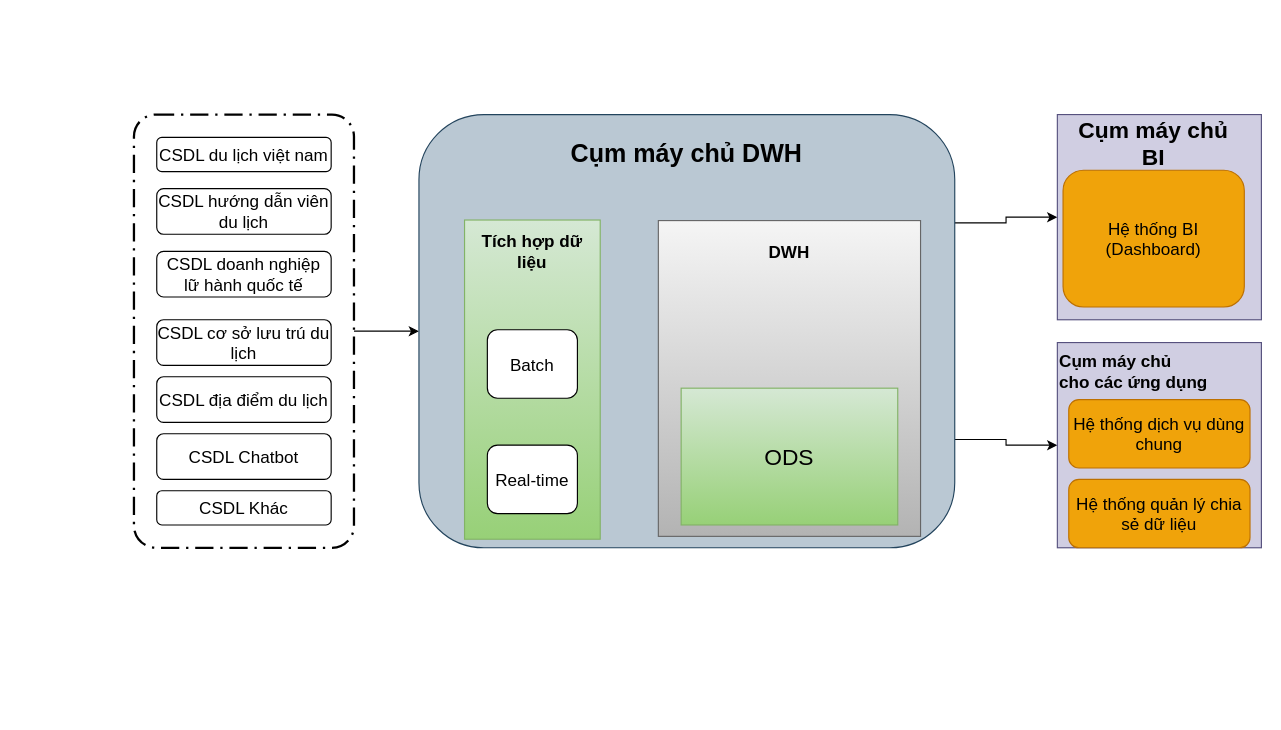
Above: page "Page-2" (2 of 4) of so-do-draw/tcdl.drawio in letheanh12345/Draw-io (draw.io), before the change. Source tidied: cells renumbered, new cells numbered last; positions are measured from the earlier drawing's top-left corner, leaving out a move shared by most shapes. Both pictures are drawn from the tidied source at 114%, with x=0, y=0 at pixel (133, 114).
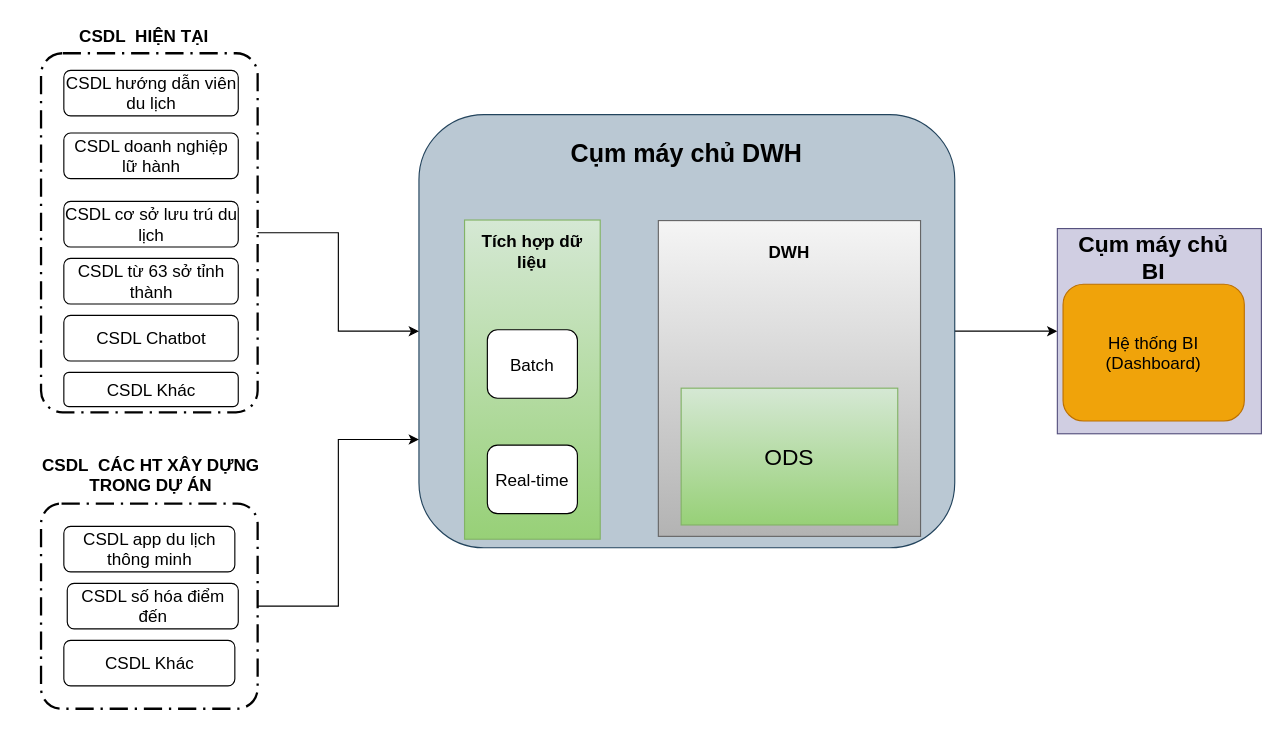
The same page after the edit.

The change refers to these unchanged cells:
```xml
<mxCell id="6" style="rounded=1;whiteSpace=wrap;html=1;fillColor=#bac8d3;strokeColor=#23445d;" parent="1" vertex="1">
  <mxGeometry x="250" width="470" height="380" as="geometry" />
</mxCell>
```

The edit, as a diff of the source:
```diff
@@
-    <mxCell id="2" style="edgeStyle=orthogonalEdgeStyle;rounded=0;jettySize=auto;html=1;fontSize=15;" parent="1" edge="1" source="3">
-      <mxGeometry relative="1" as="geometry">
-        <mxPoint x="250" y="190" as="targetPoint" />
-      </mxGeometry>
-    </mxCell>
-    <mxCell id="3" style="points=[[0.25,0,0],[0.5,0,0],[0.75,0,0],[1,0.25,0],[1,0.5,0],[1,0.75,0],[0.75,1,0],[0.5,1,0],[0.25,1,0],[0,0.75,0],[0,0.5,0],[0,0.25,0]];rounded=1;arcSize=10;dashed=1;strokeColor=#000000;fillColor=none;gradientColor=none;dashPattern=8 3 1 3;strokeWidth=2;fontStyle=1;fontSize=20;" parent="1" vertex="1">
-      <mxGeometry width="193" height="380" as="geometry" />
-    </mxCell>
-    <mxCell id="4" style="edgeStyle=orthogonalEdgeStyle;rounded=0;jettySize=auto;html=1;exitX=1;exitY=0.25;exitDx=0;exitDy=0;entryX=0;entryY=0.5;entryDx=0;entryDy=0;fontSize=15;" parent="1" edge="1" source="6" target="19">
+    <mxCell id="4" style="edgeStyle=orthogonalEdgeStyle;rounded=0;jettySize=auto;html=1;entryX=0;entryY=0.5;entryDx=0;entryDy=0;fontSize=20;" parent="1" edge="1" source="6" target="19">
       <mxGeometry relative="1" as="geometry" />
     </mxCell>
-    <mxCell id="5" style="edgeStyle=orthogonalEdgeStyle;rounded=0;jettySize=auto;html=1;exitX=1;exitY=0.75;exitDx=0;exitDy=0;entryX=0;entryY=0.5;entryDx=0;entryDy=0;fontSize=15;" parent="1" edge="1" source="6" target="22">
-      <mxGeometry relative="1" as="geometry" />
-    </mxCell>
@@
-    <mxCell id="8" value="&lt;font style=&quot;font-size: 15px;&quot;&gt;CSDL du lịch việt nam&lt;/font&gt;" style="rounded=1;whiteSpace=wrap;html=1;" parent="1" vertex="1">
-      <mxGeometry x="20" y="20" width="153" height="30" as="geometry" />
-    </mxCell>
-    <mxCell id="9" value="&lt;font style=&quot;font-size: 15px;&quot;&gt;CSDL hướng dẫn viên du lịch&lt;/font&gt;" style="rounded=1;whiteSpace=wrap;html=1;" parent="1" vertex="1">
-      <mxGeometry x="20" y="65" width="153" height="40" as="geometry" />
-    </mxCell>
-    <mxCell id="10" value="&lt;font style=&quot;font-size: 15px;&quot;&gt;CSDL doanh nghiệp lữ hành quốc tế&lt;/font&gt;" style="rounded=1;whiteSpace=wrap;html=1;" parent="1" vertex="1">
-      <mxGeometry x="20" y="120" width="153" height="40" as="geometry" />
-    </mxCell>
-    <mxCell id="11" value="&lt;font style=&quot;font-size: 15px;&quot;&gt;CSDL Khác&lt;/font&gt;" style="rounded=1;whiteSpace=wrap;html=1;" parent="1" vertex="1">
-      <mxGeometry x="20" y="330" width="153" height="30" as="geometry" />
-    </mxCell>
@@
     <mxCell id="19" style="rounded=0;whiteSpace=wrap;html=1;fontSize=15;fillColor=#d0cee2;strokeColor=#56517e;" parent="1" vertex="1">
-      <mxGeometry x="810" width="179" height="180" as="geometry" />
+      <mxGeometry x="810" y="100" width="179" height="180" as="geometry" />
     </mxCell>
     <mxCell id="20" value="&lt;b&gt;&lt;font style=&quot;font-size: 20px;&quot;&gt;Cụm máy chủ BI&lt;/font&gt;&lt;/b&gt;" style="text;html=1;strokeColor=none;fillColor=none;align=center;verticalAlign=middle;whiteSpace=wrap;rounded=0;fontSize=15;" parent="1" vertex="1">
-      <mxGeometry x="820" width="149" height="50" as="geometry" />
+      <mxGeometry x="820" y="100" width="149" height="50" as="geometry" />
     </mxCell>
     <mxCell id="21" value="Hệ thống BI (Dashboard)" style="rounded=1;whiteSpace=wrap;html=1;fontSize=15;fillColor=#f0a30a;fontColor=#000000;strokeColor=#BD7000;" parent="1" vertex="1">
-      <mxGeometry x="815" y="48.8" width="159" height="120" as="geometry" />
+      <mxGeometry x="815" y="148.8" width="159" height="120" as="geometry" />
     </mxCell>
-    <mxCell id="22" style="rounded=0;whiteSpace=wrap;html=1;fontSize=15;fillColor=#d0cee2;strokeColor=#56517e;" parent="1" vertex="1">
-      <mxGeometry x="810" y="200" width="179" height="180" as="geometry" />
-    </mxCell>
-    <mxCell id="23" value="&lt;div style=&quot;&quot;&gt;&lt;b style=&quot;background-color: initial;&quot;&gt;Cụm máy chủ&amp;nbsp;&lt;/b&gt;&lt;/div&gt;&lt;b&gt;&lt;div style=&quot;&quot;&gt;&lt;b style=&quot;background-color: initial;&quot;&gt;cho các ứng dụng&amp;nbsp;&lt;/b&gt;&lt;/div&gt;&lt;/b&gt;" style="text;html=1;strokeColor=none;fillColor=none;align=left;verticalAlign=middle;whiteSpace=wrap;rounded=0;fontSize=15;" parent="1" vertex="1">
-      <mxGeometry x="810" y="210" width="169" height="30" as="geometry" />
-    </mxCell>
-    <mxCell id="24" value="Hệ thống dịch vụ dùng chung" style="rounded=1;whiteSpace=wrap;html=1;fontSize=15;fillColor=#f0a30a;fontColor=#000000;strokeColor=#BD7000;" parent="1" vertex="1">
-      <mxGeometry x="820" y="250" width="159" height="60" as="geometry" />
-    </mxCell>
+    <mxCell id="29" style="edgeStyle=orthogonalEdgeStyle;rounded=0;jettySize=auto;html=1;entryX=0;entryY=0.5;entryDx=0;entryDy=0;fontSize=20;" parent="1" edge="1" source="30" target="6">
+      <mxGeometry relative="1" as="geometry" />
+    </mxCell>
+    <mxCell id="30" style="points=[[0.25,0,0],[0.5,0,0],[0.75,0,0],[1,0.25,0],[1,0.5,0],[1,0.75,0],[0.75,1,0],[0.5,1,0],[0.25,1,0],[0,0.75,0],[0,0.5,0],[0,0.25,0]];rounded=1;arcSize=10;dashed=1;strokeColor=#000000;fillColor=none;gradientColor=none;dashPattern=8 3 1 3;strokeWidth=2;fontStyle=1;fontSize=20;" parent="1" vertex="1">
+      <mxGeometry x="-81.5" y="-53.8" width="190" height="315" as="geometry" />
+    </mxCell>
+    <mxCell id="9" value="&lt;font style=&quot;font-size: 15px;&quot;&gt;CSDL hướng dẫn viên du lịch&lt;/font&gt;" style="rounded=1;whiteSpace=wrap;html=1;" parent="1" vertex="1">
+      <mxGeometry x="-61.5" y="-38.8" width="153" height="40" as="geometry" />
+    </mxCell>
+    <mxCell id="31" value="&lt;font style=&quot;font-size: 15px;&quot;&gt;CSDL doanh nghiệp lữ hành&lt;/font&gt;" style="rounded=1;whiteSpace=wrap;html=1;" parent="1" vertex="1">
+      <mxGeometry x="-61.5" y="16.2" width="153" height="40" as="geometry" />
+    </mxCell>
+    <mxCell id="11" value="&lt;font style=&quot;font-size: 15px;&quot;&gt;CSDL Khác&lt;/font&gt;" style="rounded=1;whiteSpace=wrap;html=1;" parent="1" vertex="1">
+      <mxGeometry x="-61.5" y="226.2" width="153" height="30" as="geometry" />
+    </mxCell>
     <mxCell id="25" value="&lt;font style=&quot;font-size: 15px;&quot;&gt;CSDL cơ sở lưu trú du lịch&lt;/font&gt;" style="rounded=1;whiteSpace=wrap;html=1;" parent="1" vertex="1">
-      <mxGeometry x="20" y="180" width="153" height="40" as="geometry" />
+      <mxGeometry x="-61.5" y="76.2" width="153" height="40" as="geometry" />
     </mxCell>
     <mxCell id="26" value="&lt;font style=&quot;font-size: 15px;&quot;&gt;CSDL Chatbot&lt;/font&gt;" style="rounded=1;whiteSpace=wrap;html=1;" parent="1" vertex="1">
-      <mxGeometry x="20" y="280" width="153" height="40" as="geometry" />
+      <mxGeometry x="-61.5" y="176.2" width="153" height="40" as="geometry" />
     </mxCell>
-    <mxCell id="27" value="&lt;font style=&quot;font-size: 15px;&quot;&gt;CSDL địa điểm du lịch&lt;/font&gt;" style="rounded=1;whiteSpace=wrap;html=1;" parent="1" vertex="1">
-      <mxGeometry x="20" y="230" width="153" height="40" as="geometry" />
-    </mxCell>
-    <mxCell id="28" value="Hệ thống quản lý chia sẻ dữ liệu" style="rounded=1;whiteSpace=wrap;html=1;fontSize=15;fillColor=#f0a30a;fontColor=#000000;strokeColor=#BD7000;" parent="1" vertex="1">
-      <mxGeometry x="820" y="320" width="159" height="60" as="geometry" />
-    </mxCell>
+    <mxCell id="32" value="&lt;font style=&quot;font-size: 15px;&quot;&gt;CSDL từ 63 sở tỉnh thành&lt;/font&gt;" style="rounded=1;whiteSpace=wrap;html=1;" parent="1" vertex="1">
+      <mxGeometry x="-61.5" y="126.2" width="153" height="40" as="geometry" />
+    </mxCell>
+    <mxCell id="33" style="edgeStyle=orthogonalEdgeStyle;rounded=0;jettySize=auto;html=1;entryX=0;entryY=0.75;entryDx=0;entryDy=0;fontSize=20;" parent="1" edge="1" source="34" target="6">
+      <mxGeometry relative="1" as="geometry" />
+    </mxCell>
+    <mxCell id="34" style="points=[[0.25,0,0],[0.5,0,0],[0.75,0,0],[1,0.25,0],[1,0.5,0],[1,0.75,0],[0.75,1,0],[0.5,1,0],[0.25,1,0],[0,0.75,0],[0,0.5,0],[0,0.25,0]];rounded=1;arcSize=10;dashed=1;strokeColor=#000000;fillColor=none;gradientColor=none;dashPattern=8 3 1 3;strokeWidth=2;fontStyle=1;fontSize=20;" parent="1" vertex="1">
+      <mxGeometry x="-81.5" y="341.2" width="190" height="180" as="geometry" />
+    </mxCell>
+    <mxCell id="35" value="&lt;b&gt;&lt;font style=&quot;font-size: 15px;&quot;&gt;CSDL&amp;nbsp; HIỆN TẠI&lt;/font&gt;&lt;/b&gt;" style="text;html=1;strokeColor=none;fillColor=none;align=center;verticalAlign=middle;whiteSpace=wrap;rounded=0;" parent="1" vertex="1">
+      <mxGeometry x="-51.5" y="-83.8" width="120" height="30" as="geometry" />
+    </mxCell>
+    <mxCell id="36" value="CSDL app du lịch thông minh" style="rounded=1;whiteSpace=wrap;html=1;fontSize=15;" parent="1" vertex="1">
+      <mxGeometry x="-61.5" y="361.2" width="150" height="40" as="geometry" />
+    </mxCell>
+    <mxCell id="37" value="CSDL số hóa điểm đến" style="rounded=1;whiteSpace=wrap;html=1;fontSize=15;" parent="1" vertex="1">
+      <mxGeometry x="-58.5" y="411.2" width="150" height="40" as="geometry" />
+    </mxCell>
+    <mxCell id="38" value="CSDL Khác" style="rounded=1;whiteSpace=wrap;html=1;fontSize=15;" parent="1" vertex="1">
+      <mxGeometry x="-61.5" y="461.2" width="150" height="40" as="geometry" />
+    </mxCell>
+    <mxCell id="39" value="&lt;b&gt;&lt;font style=&quot;font-size: 15px;&quot;&gt;CSDL&amp;nbsp; CÁC HT XÂY DỰNG TRONG DỰ ÁN&lt;/font&gt;&lt;/b&gt;" style="text;html=1;strokeColor=none;fillColor=none;align=center;verticalAlign=middle;whiteSpace=wrap;rounded=0;" parent="1" vertex="1">
+      <mxGeometry x="-100" y="301.2" width="230" height="30" as="geometry" />
+    </mxCell>
```
